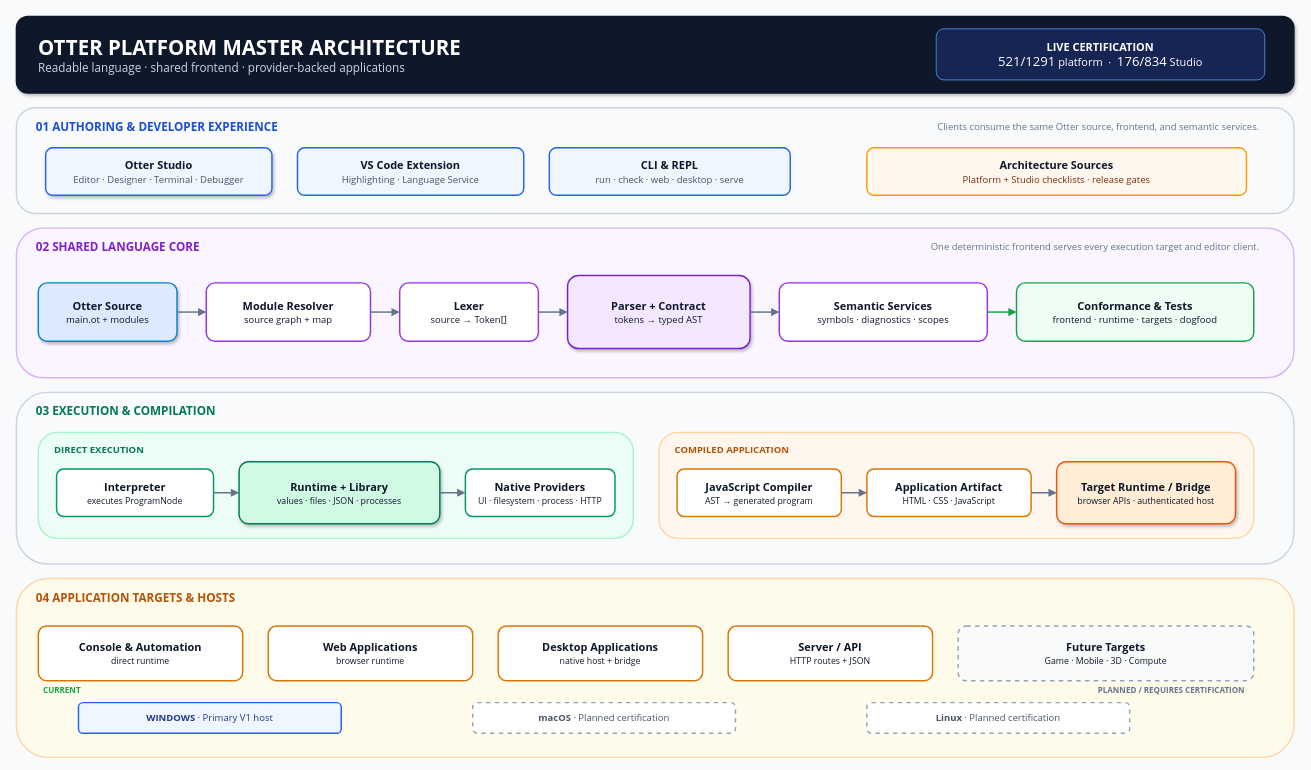
This is docs/architecture/otter-master.drawio from Heavens-Lava/otterPS, a draw.io file, before an edit. Source tidied: cells renumbered, new cells numbered last; positions are measured from the earlier drawing's top-left corner, leaving out a move shared by most shapes. Both pictures are drawn from the tidied source at 73%, with x=0, y=0 at pixel (16, 16).
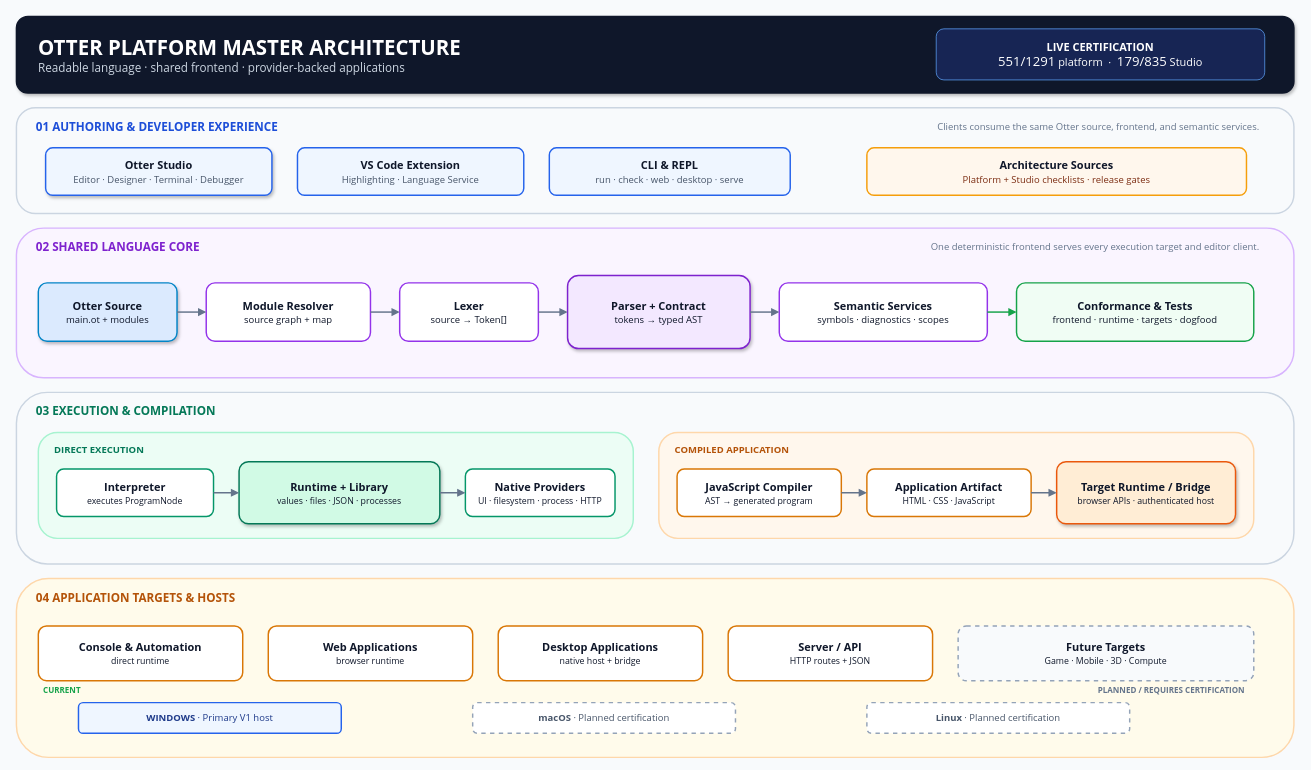
The same diagram, later.

Commit message (it also covers changes not shown here):
docs: certify Studio workspace search

Change to the diagram source:
```diff
@@
-    <mxCell id="7" value="&lt;div&gt;&lt;b&gt;LIVE CERTIFICATION&lt;/b&gt;&lt;br&gt;&lt;span style=&quot;font-size:18px&quot;&gt;521/1291&lt;/span&gt; platform &amp;nbsp;·&amp;nbsp; &lt;span style=&quot;font-size:18px&quot;&gt;176/834&lt;/span&gt; Studio&lt;/div&gt;" style="rounded=1;whiteSpace=wrap;html=1;fontFamily=Segoe UI;fontSize=15;align=center;verticalAlign=middle;strokeWidth=2;fillColor=#172554;strokeColor=#60a5fa;fontColor=#ffffff;strokeWidth=1;" parent="1" vertex="1">
+    <mxCell id="7" value="&lt;div&gt;&lt;b&gt;LIVE CERTIFICATION&lt;/b&gt;&lt;br&gt;&lt;span style=&quot;font-size:18px&quot;&gt;551/1291&lt;/span&gt; platform &amp;nbsp;·&amp;nbsp; &lt;span style=&quot;font-size:18px&quot;&gt;179/835&lt;/span&gt; Studio&lt;/div&gt;" style="rounded=1;whiteSpace=wrap;html=1;fontFamily=Segoe UI;fontSize=15;align=center;verticalAlign=middle;strokeWidth=2;fillColor=#172554;strokeColor=#60a5fa;fontColor=#ffffff;strokeWidth=1;" parent="1" vertex="1">
       <mxGeometry x="1260" y="17" width="450" height="70" as="geometry" />
     </mxCell>
```
